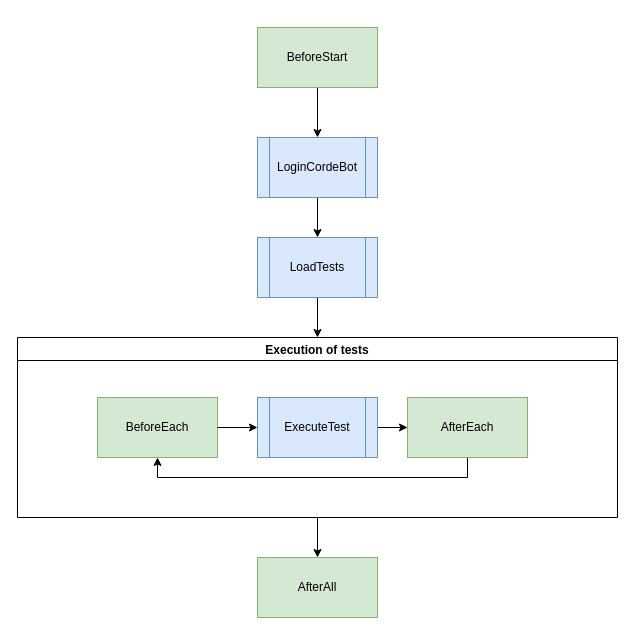
This is docs/Corde lifecycle.drawio from cordejs/corde, a draw.io file, before an edit. Source tidied: cells renumbered, new cells numbered last; positions are measured from the earlier drawing's top-left corner, leaving out a move shared by most shapes. Both pictures are drawn from the tidied source at 100%, with x=0, y=0 at pixel (17, 27).
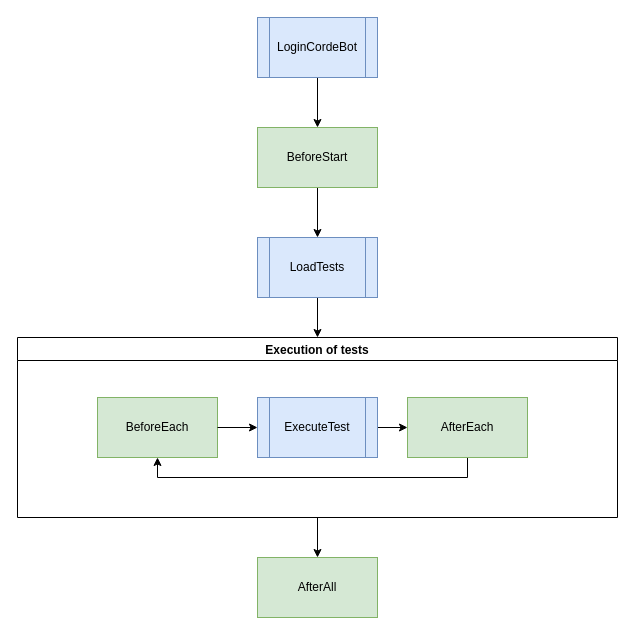
Above is the later version.

The edit, as a diff of the source:
```diff
@@
 <mxGraphModel>
   <root>
     <mxCell id="0" />
     <mxCell id="1" parent="0" />
-    <mxCell id="2" style="edgeStyle=orthogonalEdgeStyle;rounded=0;jettySize=auto;html=1;exitX=0.5;exitY=1;exitDx=0;exitDy=0;entryX=0.5;entryY=0;entryDx=0;entryDy=0;" parent="1" edge="1" source="3" target="16">
-      <mxGeometry relative="1" as="geometry" />
-    </mxCell>
+    <mxCell id="17" style="edgeStyle=orthogonalEdgeStyle;rounded=0;jettySize=auto;html=1;" parent="1" edge="1" source="3" target="6">
+      <mxGeometry relative="1" as="geometry" />
+    </mxCell>
     <mxCell id="3" value="BeforeStart" style="rounded=0;whiteSpace=wrap;html=1;fillColor=#d5e8d4;strokeColor=#82b366;" parent="1" vertex="1">
-      <mxGeometry x="240" width="120" height="60" as="geometry" />
+      <mxGeometry x="240" y="100" width="120" height="60" as="geometry" />
     </mxCell>
     <mxCell id="4" value="AfterAll" style="rounded=0;whiteSpace=wrap;html=1;fillColor=#d5e8d4;strokeColor=#82b366;" parent="1" vertex="1">
       <mxGeometry x="240" y="530" width="120" height="60" as="geometry" />
     </mxCell>
     <mxCell id="5" style="edgeStyle=orthogonalEdgeStyle;rounded=0;jettySize=auto;html=1;exitX=0.5;exitY=1;exitDx=0;exitDy=0;entryX=0.5;entryY=0;entryDx=0;entryDy=0;" parent="1" edge="1" source="6" target="8">
       <mxGeometry relative="1" as="geometry" />
     </mxCell>
     <mxCell id="6" value="LoadTests" style="shape=process;whiteSpace=wrap;html=1;backgroundOutline=1;fillColor=#dae8fc;strokeColor=#6c8ebf;" parent="1" vertex="1">
       <mxGeometry x="240" y="210" width="120" height="60" as="geometry" />
     </mxCell>
     <mxCell id="7" style="edgeStyle=orthogonalEdgeStyle;rounded=0;jettySize=auto;html=1;exitX=0.5;exitY=1;exitDx=0;exitDy=0;entryX=0.5;entryY=0;entryDx=0;entryDy=0;" parent="1" edge="1" source="8" target="4">
       <mxGeometry relative="1" as="geometry" />
     </mxCell>
     <mxCell id="8" value="Execution of tests" style="swimlane;" parent="1" vertex="1">
       <mxGeometry y="310" width="600" height="180" as="geometry" />
     </mxCell>
     <mxCell id="9" value="BeforeEach" style="rounded=0;whiteSpace=wrap;html=1;fillColor=#d5e8d4;strokeColor=#82b366;" parent="8" vertex="1">
       <mxGeometry x="80" y="60" width="120" height="60" as="geometry" />
     </mxCell>
     <mxCell id="10" style="edgeStyle=orthogonalEdgeStyle;rounded=0;jettySize=auto;html=1;exitX=0.5;exitY=1;exitDx=0;exitDy=0;entryX=0.5;entryY=1;entryDx=0;entryDy=0;" parent="8" edge="1" source="11" target="9">
       <mxGeometry relative="1" as="geometry" />
     </mxCell>
     <mxCell id="11" value="AfterEach" style="rounded=0;whiteSpace=wrap;html=1;fillColor=#d5e8d4;strokeColor=#82b366;" parent="8" vertex="1">
       <mxGeometry x="390" y="60" width="120" height="60" as="geometry" />
     </mxCell>
     <mxCell id="12" style="edgeStyle=orthogonalEdgeStyle;rounded=0;jettySize=auto;html=1;exitX=1;exitY=0.5;exitDx=0;exitDy=0;entryX=0;entryY=0.5;entryDx=0;entryDy=0;" parent="8" edge="1" source="13" target="11">
       <mxGeometry relative="1" as="geometry" />
     </mxCell>
     <mxCell id="13" value="ExecuteTest" style="shape=process;whiteSpace=wrap;html=1;backgroundOutline=1;fillColor=#dae8fc;strokeColor=#6c8ebf;" parent="8" vertex="1">
       <mxGeometry x="240" y="60" width="120" height="60" as="geometry" />
     </mxCell>
     <mxCell id="14" style="edgeStyle=orthogonalEdgeStyle;rounded=0;jettySize=auto;html=1;exitX=1;exitY=0.5;exitDx=0;exitDy=0;entryX=0;entryY=0.5;entryDx=0;entryDy=0;" parent="8" edge="1" source="9" target="13">
       <mxGeometry relative="1" as="geometry" />
     </mxCell>
-    <mxCell id="15" style="edgeStyle=orthogonalEdgeStyle;rounded=0;jettySize=auto;html=1;exitX=0.5;exitY=1;exitDx=0;exitDy=0;entryX=0.5;entryY=0;entryDx=0;entryDy=0;" parent="1" edge="1" source="16" target="6">
-      <mxGeometry relative="1" as="geometry" />
-    </mxCell>
+    <mxCell id="18" style="edgeStyle=orthogonalEdgeStyle;rounded=0;jettySize=auto;html=1;exitX=0.5;exitY=1;exitDx=0;exitDy=0;entryX=0.5;entryY=0;entryDx=0;entryDy=0;" parent="1" edge="1" source="16" target="3">
+      <mxGeometry relative="1" as="geometry" />
+    </mxCell>
     <mxCell id="16" value="LoginCordeBot" style="shape=process;whiteSpace=wrap;html=1;backgroundOutline=1;fillColor=#dae8fc;strokeColor=#6c8ebf;" parent="1" vertex="1">
-      <mxGeometry x="240" y="110" width="120" height="60" as="geometry" />
+      <mxGeometry x="240" y="-10" width="120" height="60" as="geometry" />
     </mxCell>
   </root>
 </mxGraphModel>
```
